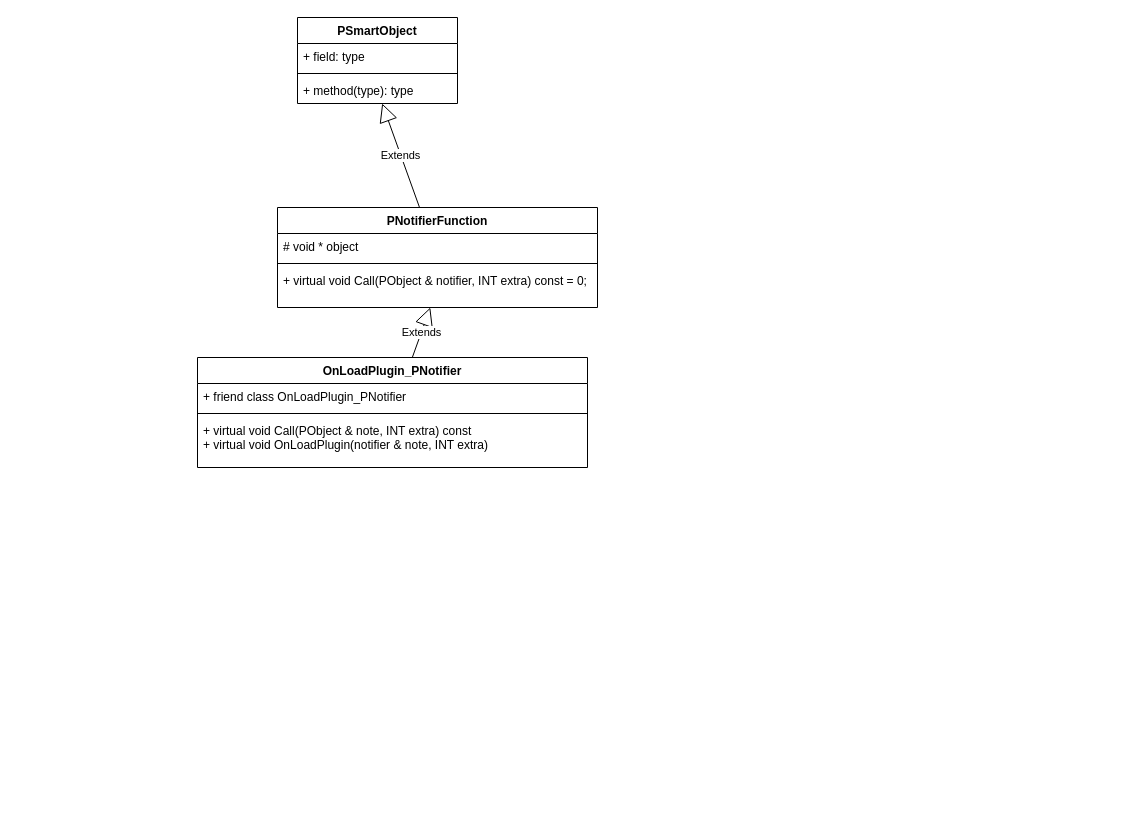
The draw.io diagram openmcu2.drawio in lcrboy/doc, before the edit. Source tidied: cells renumbered, new cells numbered last; positions are measured from the earlier drawing's top-left corner, leaving out a move shared by most shapes. Both pictures are drawn from the tidied source at 100%, with x=0, y=0 at pixel (197, 17).
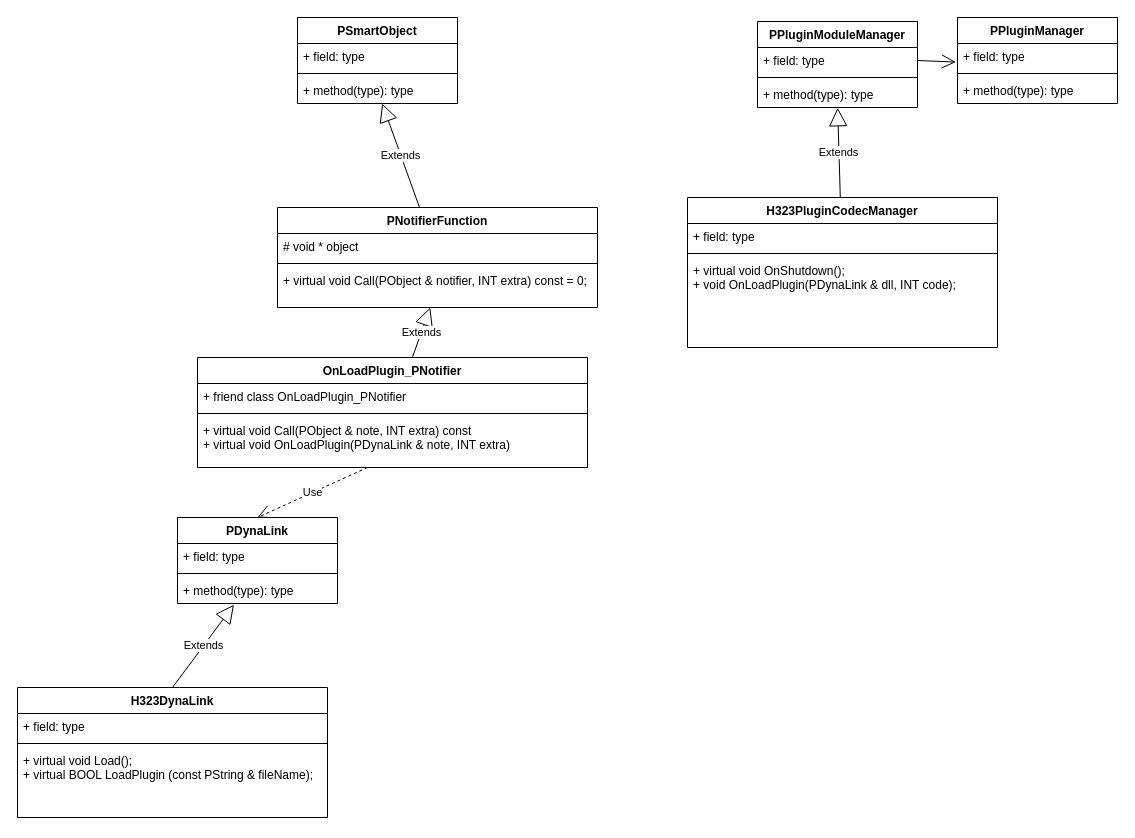
The same page after the edit.

Unchanged cells that the change refers to:
```xml
<mxCell id="11" value="OnLoadPlugin_PNotifier" style="swimlane;fontStyle=1;align=center;verticalAlign=top;horizontal=1;startSize=26;" parent="1" vertex="1">
  <mxGeometry y="340" width="390" height="110" as="geometry" />
</mxCell>
```

The edit, as a diff of the source:
```diff
@@
-    <mxCell id="14" value="+ virtual void Call(PObject &amp; note, INT extra) const&#10;+ virtual void OnLoadPlugin(notifier &amp; note, INT extra)" style="text;strokeColor=none;fillColor=none;align=left;verticalAlign=top;spacingLeft=4;spacingRight=4;overflow=hidden;" parent="11" vertex="1">
+    <mxCell id="14" value="+ virtual void Call(PObject &amp; note, INT extra) const&#10;+ virtual void OnLoadPlugin(PDynaLink &amp; note, INT extra)" style="text;strokeColor=none;fillColor=none;align=left;verticalAlign=top;spacingLeft=4;spacingRight=4;overflow=hidden;" parent="11" vertex="1">
       <mxGeometry y="60" width="390" height="50" as="geometry" />
     </mxCell>
@@
+    <mxCell id="16" value="PPluginModuleManager" style="swimlane;fontStyle=1;align=center;verticalAlign=top;horizontal=1;startSize=26;" parent="1" vertex="1">
+      <mxGeometry x="560" y="4" width="160" height="86" as="geometry" />
+    </mxCell>
+    <mxCell id="17" value="+ field: type" style="text;strokeColor=none;fillColor=none;align=left;verticalAlign=top;spacingLeft=4;spacingRight=4;overflow=hidden;points=[[0,0.5],[1,0.5]];portConstraint=eastwest;" parent="16" vertex="1">
+      <mxGeometry y="26" width="160" height="26" as="geometry" />
+    </mxCell>
+    <mxCell id="18" style="line;strokeWidth=1;fillColor=none;align=left;verticalAlign=middle;spacingTop=-1;spacingLeft=3;spacingRight=3;labelPosition=right;" parent="16" vertex="1">
+      <mxGeometry y="52" width="160" height="8" as="geometry" />
+    </mxCell>
+    <mxCell id="19" value="+ method(type): type" style="text;strokeColor=none;fillColor=none;align=left;verticalAlign=top;spacingLeft=4;spacingRight=4;overflow=hidden;points=[[0,0.5],[1,0.5]];portConstraint=eastwest;" parent="16" vertex="1">
+      <mxGeometry y="60" width="160" height="26" as="geometry" />
+    </mxCell>
+    <mxCell id="20" value="PPluginManager" style="swimlane;fontStyle=1;align=center;verticalAlign=top;horizontal=1;startSize=26;" parent="1" vertex="1">
+      <mxGeometry x="760" width="160" height="86" as="geometry" />
+    </mxCell>
+    <mxCell id="21" value="+ field: type" style="text;strokeColor=none;fillColor=none;align=left;verticalAlign=top;spacingLeft=4;spacingRight=4;overflow=hidden;points=[[0,0.5],[1,0.5]];portConstraint=eastwest;" parent="20" vertex="1">
+      <mxGeometry y="26" width="160" height="26" as="geometry" />
+    </mxCell>
+    <mxCell id="22" style="line;strokeWidth=1;fillColor=none;align=left;verticalAlign=middle;spacingTop=-1;spacingLeft=3;spacingRight=3;labelPosition=right;" parent="20" vertex="1">
+      <mxGeometry y="52" width="160" height="8" as="geometry" />
+    </mxCell>
+    <mxCell id="23" value="+ method(type): type" style="text;strokeColor=none;fillColor=none;align=left;verticalAlign=top;spacingLeft=4;spacingRight=4;overflow=hidden;" parent="20" vertex="1">
+      <mxGeometry y="60" width="160" height="26" as="geometry" />
+    </mxCell>
+    <mxCell id="24" style="endArrow=open;endFill=1;endSize=12;html=1;entryX=-0.01;entryY=0.714;entryDx=0;entryDy=0;entryPerimeter=0;exitX=1;exitY=0.5;exitDx=0;exitDy=0;" parent="1" edge="1" source="17" target="21">
+      <mxGeometry relative="1" as="geometry" />
+    </mxCell>
+    <mxCell id="25" value="H323PluginCodecManager" style="swimlane;fontStyle=1;align=center;verticalAlign=top;horizontal=1;startSize=26;" parent="1" vertex="1">
+      <mxGeometry x="490" y="180" width="310" height="150" as="geometry" />
+    </mxCell>
+    <mxCell id="26" value="+ field: type" style="text;strokeColor=none;fillColor=none;align=left;verticalAlign=top;spacingLeft=4;spacingRight=4;overflow=hidden;" parent="25" vertex="1">
+      <mxGeometry y="26" width="310" height="26" as="geometry" />
+    </mxCell>
+    <mxCell id="27" style="line;strokeWidth=1;fillColor=none;align=left;verticalAlign=middle;spacingTop=-1;spacingLeft=3;spacingRight=3;labelPosition=right;" parent="25" vertex="1">
+      <mxGeometry y="52" width="310" height="8" as="geometry" />
+    </mxCell>
+    <mxCell id="28" value="+ virtual void OnShutdown();&#10;+ void OnLoadPlugin(PDynaLink &amp; dll, INT code);" style="text;strokeColor=none;fillColor=none;align=left;verticalAlign=top;spacingLeft=4;spacingRight=4;overflow=hidden;" parent="25" vertex="1">
+      <mxGeometry y="60" width="310" height="90" as="geometry" />
+    </mxCell>
+    <mxCell id="29" value="Extends" style="endArrow=block;endSize=16;endFill=0;html=1;entryX=0.501;entryY=1.011;entryDx=0;entryDy=0;entryPerimeter=0;" parent="1" edge="1" source="25" target="19">
+      <mxGeometry relative="1" as="geometry" />
+    </mxCell>
+    <mxCell id="30" value="H323DynaLink" style="swimlane;fontStyle=1;align=center;verticalAlign=top;horizontal=1;startSize=26;" parent="1" vertex="1">
+      <mxGeometry x="-180" y="670" width="310" height="130" as="geometry" />
+    </mxCell>
+    <mxCell id="31" value="+ field: type" style="text;strokeColor=none;fillColor=none;align=left;verticalAlign=top;spacingLeft=4;spacingRight=4;overflow=hidden;" parent="30" vertex="1">
+      <mxGeometry y="26" width="310" height="26" as="geometry" />
+    </mxCell>
+    <mxCell id="32" style="line;strokeWidth=1;fillColor=none;align=left;verticalAlign=middle;spacingTop=-1;spacingLeft=3;spacingRight=3;labelPosition=right;" parent="30" vertex="1">
+      <mxGeometry y="52" width="310" height="8" as="geometry" />
+    </mxCell>
+    <mxCell id="33" value="+ virtual void Load();&#10;+ virtual BOOL LoadPlugin (const PString &amp; fileName);" style="text;strokeColor=none;fillColor=none;align=left;verticalAlign=top;spacingLeft=4;spacingRight=4;overflow=hidden;" parent="30" vertex="1">
+      <mxGeometry y="60" width="310" height="70" as="geometry" />
+    </mxCell>
+    <mxCell id="34" value="PDynaLink" style="swimlane;fontStyle=1;align=center;verticalAlign=top;horizontal=1;startSize=26;" parent="1" vertex="1">
+      <mxGeometry x="-20" y="500" width="160" height="86" as="geometry" />
+    </mxCell>
+    <mxCell id="35" value="+ field: type" style="text;strokeColor=none;fillColor=none;align=left;verticalAlign=top;spacingLeft=4;spacingRight=4;overflow=hidden;" parent="34" vertex="1">
+      <mxGeometry y="26" width="160" height="26" as="geometry" />
+    </mxCell>
+    <mxCell id="36" style="line;strokeWidth=1;fillColor=none;align=left;verticalAlign=middle;spacingTop=-1;spacingLeft=3;spacingRight=3;labelPosition=right;" parent="34" vertex="1">
+      <mxGeometry y="52" width="160" height="8" as="geometry" />
+    </mxCell>
+    <mxCell id="37" value="+ method(type): type" style="text;strokeColor=none;fillColor=none;align=left;verticalAlign=top;spacingLeft=4;spacingRight=4;overflow=hidden;points=[[0,0.5],[1,0.5]];portConstraint=eastwest;" parent="34" vertex="1">
+      <mxGeometry y="60" width="160" height="26" as="geometry" />
+    </mxCell>
+    <mxCell id="38" value="Extends" style="endArrow=block;endSize=16;endFill=0;html=1;exitX=0.5;exitY=0;exitDx=0;exitDy=0;entryX=0.353;entryY=1.044;entryDx=0;entryDy=0;entryPerimeter=0;" parent="1" edge="1" source="30" target="37">
+      <mxGeometry relative="1" as="geometry" />
+    </mxCell>
+    <mxCell id="39" value="Use" style="endArrow=open;endSize=12;dashed=1;html=1;entryX=0.5;entryY=0;entryDx=0;entryDy=0;" parent="1" edge="1" target="34">
+      <mxGeometry relative="1" as="geometry">
+        <mxPoint x="170" y="450" as="sourcePoint" />
+      </mxGeometry>
+    </mxCell>
```
